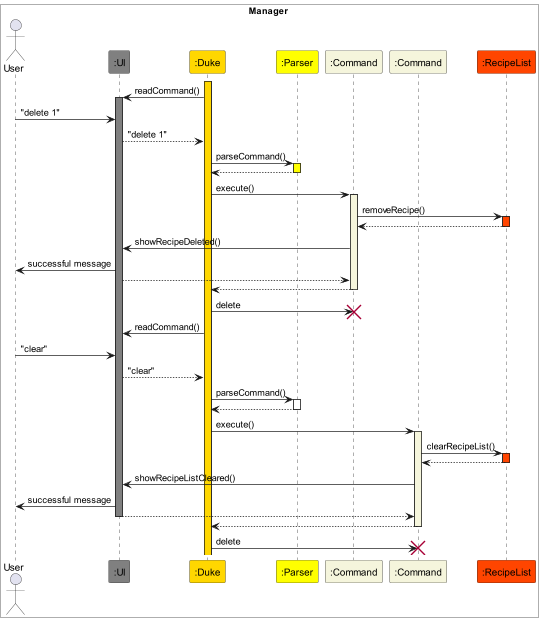
Before: docs/PlantUML/RecipeManage_Delete_Clear.png, a diagram exported from PlantUML (nus-cs2113-AY2223S2/tp). Its diagram source:
```plantuml
@startuml RecipeManage
box Manager #White
Actor User
participant ":UI" as UI #Gray
participant ":Duke" as Duke #Gold
participant ":Parser" as Parser #Yellow
participant ":Command" as Command3 #Beige
participant ":Command" as Command4 #Beige
participant ":RecipeList" as RecipeList #OrangeRed
end box

activate Duke #Gold
Duke -> UI : readCommand()
activate UI #Gray
User -> UI : "delete 1"
UI --> Duke : "delete 1"
Duke -> Parser : parseCommand()
activate Parser #Yellow
Parser --> Duke
deactivate Parser
Duke -> Command3 : execute()
activate Command3 #Beige
Command3 -> RecipeList : removeRecipe()
activate RecipeList #OrangeRed
RecipeList --> Command3
deactivate RecipeList
Command3 -> UI : showRecipeDeleted()
UI -> User : successful message
UI --> Command3
Command3 --> Duke
deactivate Command3
Duke -> Command3 : delete
destroy Command3
Duke -> UI : readCommand()
User -> UI : "clear"
UI --> Duke : "clear"
Duke -> Parser : parseCommand()
activate Parser
Parser --> Duke
deactivate Parser
Duke -> Command4 : execute()
activate Command4 #Beige
Command4 -> RecipeList : clearRecipeList()
activate RecipeList #OrangeRed
RecipeList --> Command4
deactivate RecipeList
Command4 -> UI : showRecipeListCleared()
UI -> User : successful message
UI --> Command4
deactivate UI
Command4 --> Duke
deactivate Command4
Duke -> Command4 : delete
destroy Command4
@enduml
```
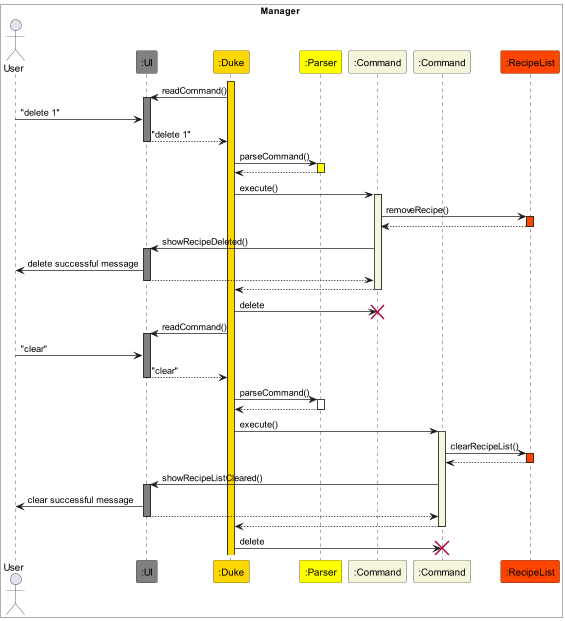
Above is the later version.

The edit, as a diff of the source:
```diff
@@ -14,6 +14,7 @@
 activate UI #Gray
 User -> UI : "delete 1"
 UI --> Duke : "delete 1"
+deactivate UI
 Duke -> Parser : parseCommand()
 activate Parser #Yellow
 Parser --> Duke
@@ -25,15 +26,19 @@
 RecipeList --> Command3
 deactivate RecipeList
 Command3 -> UI : showRecipeDeleted()
-UI -> User : successful message
+activate UI #Gray
+UI -> User : delete successful message
 UI --> Command3
+deactivate UI
 Command3 --> Duke
 deactivate Command3
 Duke -> Command3 : delete
 destroy Command3
 Duke -> UI : readCommand()
+activate UI #Gray
 User -> UI : "clear"
 UI --> Duke : "clear"
+deactivate UI
 Duke -> Parser : parseCommand()
 activate Parser
 Parser --> Duke
@@ -45,7 +50,8 @@
 RecipeList --> Command4
 deactivate RecipeList
 Command4 -> UI : showRecipeListCleared()
-UI -> User : successful message
+activate UI #Gray
+UI -> User : clear successful message
 UI --> Command4
 deactivate UI
 Command4 --> Duke
```
